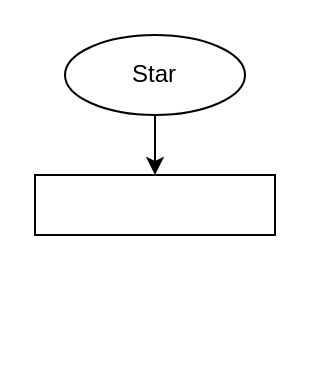
The draw.io diagram flowchart.drawio in maulliidda/MaulidaFP12, before the edit. Source tidied: cells renumbered, new cells numbered last; positions are measured from the earlier drawing's top-left corner, leaving out a move shared by most shapes. Both pictures are drawn from the tidied source at 200%, with x=0, y=0 at pixel (34, 34).
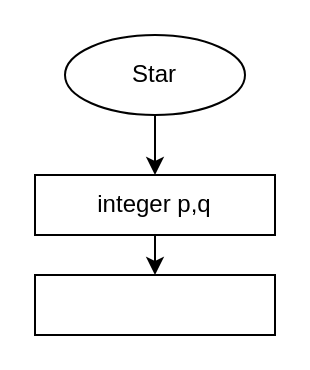
Above is the later version.

Commit message:
Add variabel p=0 for proses output

What changed in the source:
```diff
@@
 <mxGraphModel>
   <root>
     <mxCell id="0" />
     <mxCell id="1" parent="0" />
     <mxCell id="2" style="edgeStyle=none;html=1;" parent="1" edge="1" source="3" target="4">
       <mxGeometry relative="1" as="geometry" />
     </mxCell>
     <mxCell id="3" value="Star" style="ellipse;whiteSpace=wrap;html=1;" parent="1" vertex="1">
       <mxGeometry x="15" width="90" height="40" as="geometry" />
     </mxCell>
+    <mxCell id="5" style="edgeStyle=none;html=1;" parent="1" edge="1" source="4" target="6">
+      <mxGeometry relative="1" as="geometry" />
+    </mxCell>
-    <mxCell id="4" style="whiteSpace=wrap;html=1;" parent="1" vertex="1">
+    <mxCell id="4" value="integer p,q" style="whiteSpace=wrap;html=1;" parent="1" vertex="1">
       <mxGeometry y="70" width="120" height="30" as="geometry" />
     </mxCell>
+    <mxCell id="6" style="whiteSpace=wrap;html=1;" parent="1" vertex="1">
+      <mxGeometry y="120" width="120" height="30" as="geometry" />
+    </mxCell>
   </root>
 </mxGraphModel>
```
